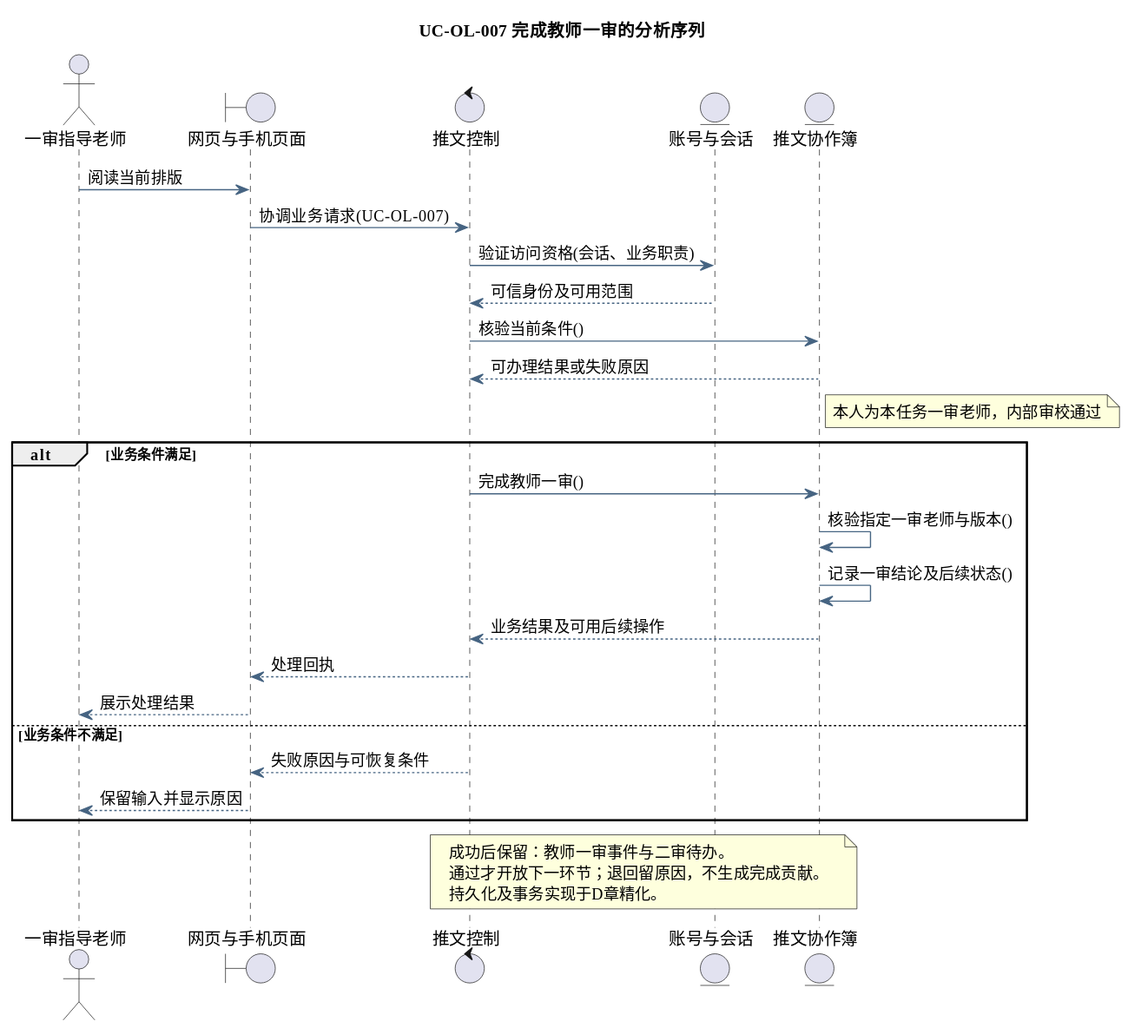
Above: docs/diagrams/analysis/seq-uc-ol-007.svg in tccc1csu/miniprogram-csu (PlantUML), before the change. Its diagram source:
```plantuml
@startuml
skinparam defaultFontName Microsoft YaHei
skinparam shadowing false
skinparam backgroundColor #FFFFFF
skinparam ArrowColor #466482
skinparam classAttributeIconSize 0
hide empty members
title UC-OL-007 完成教师一审的分析序列
actor "一审指导老师" as actor
boundary "网页与手机页面" as page
control "推文控制" as ctl
entity "账号与会话" as identity
entity "推文协作簿" as model
actor -> page : 阅读当前排版
page -> ctl : 协调业务请求(UC-OL-007)
ctl -> identity : 验证访问资格(会话、业务职责)
identity --> ctl : 可信身份及可用范围
ctl -> model : 核验当前条件()
model --> ctl : 可办理结果或失败原因
note right of model
本人为本任务一审老师，内部审校通过
end note
alt 业务条件满足
ctl -> model : 完成教师一审()
model -> model : 核验指定一审老师与版本()
model -> model : 记录一审结论及后续状态()
model --> ctl : 业务结果及可用后续操作
ctl --> page : 处理回执
page --> actor : 展示处理结果
else 业务条件不满足
ctl --> page : 失败原因与可恢复条件
page --> actor : 保留输入并显示原因
end
note over ctl,model
成功后保留：教师一审事件与二审待办。
通过才开放下一环节；退回留原因，不生成完成贡献。
持久化及事务实现于D章精化。
end note
@enduml
```
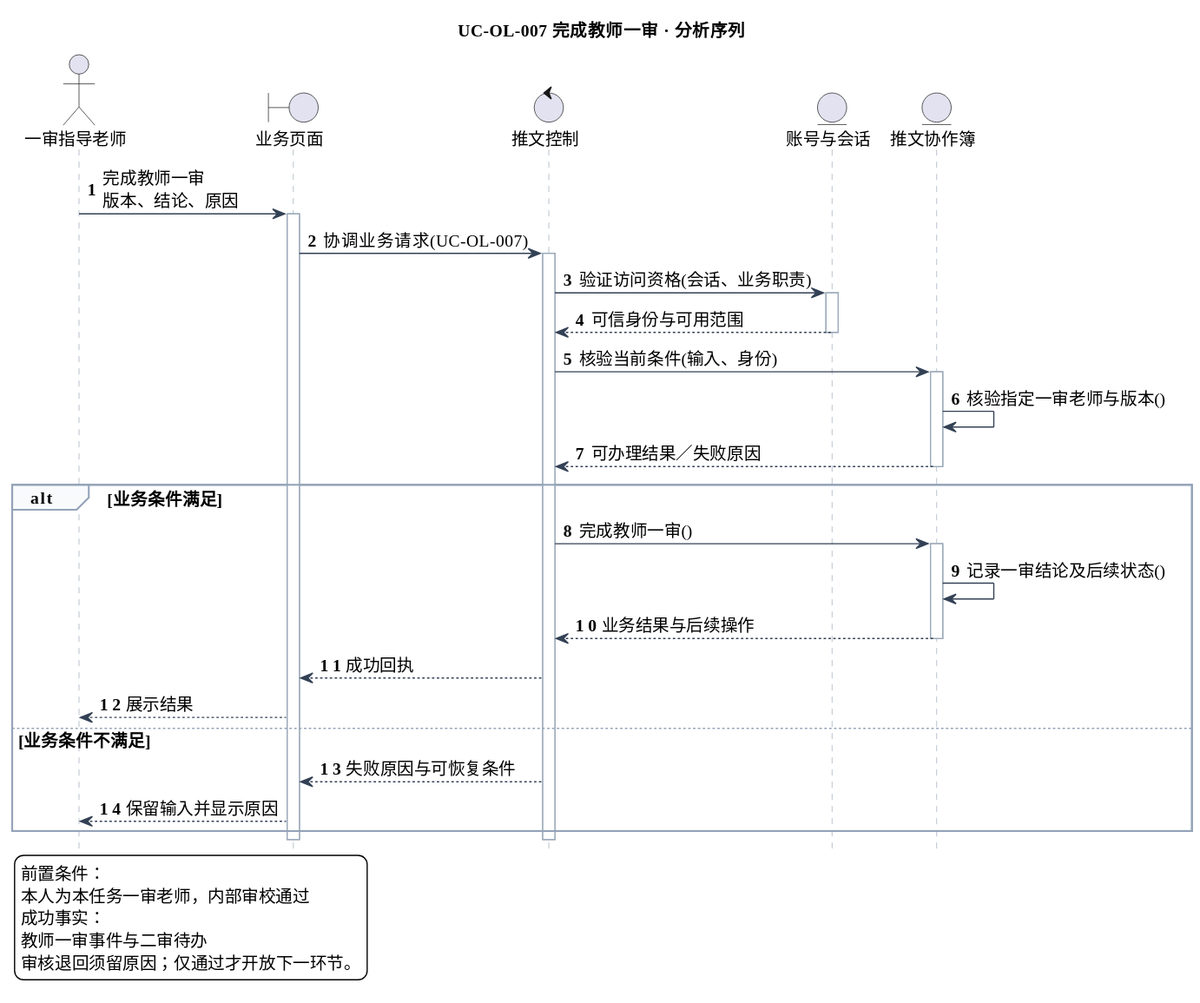
The same diagram one commit later.

Change to the diagram source:
```diff
@@ -5,35 +5,53 @@
 skinparam ArrowColor #466482
 skinparam classAttributeIconSize 0
 hide empty members
-title UC-OL-007 完成教师一审的分析序列
+skinparam defaultFontSize 14
+skinparam sequenceLifeLineBorderColor #9AA8B8
+skinparam sequenceArrowColor #334155
+skinparam sequenceGroupBorderColor #94A3B8
+skinparam sequenceGroupBackgroundColor #F8FAFC
+skinparam sequenceParticipantPadding 18
+skinparam maxMessageSize 240
+hide footbox
+autonumber
+title UC-OL-007 完成教师一审 · 分析序列
 actor "一审指导老师" as actor
-boundary "网页与手机页面" as page
+boundary "业务页面" as page
 control "推文控制" as ctl
 entity "账号与会话" as identity
 entity "推文协作簿" as model
-actor -> page : 阅读当前排版
+actor -> page : 完成教师一审\n版本、结论、原因
+activate page
 page -> ctl : 协调业务请求(UC-OL-007)
+activate ctl
 ctl -> identity : 验证访问资格(会话、业务职责)
-identity --> ctl : 可信身份及可用范围
-ctl -> model : 核验当前条件()
-model --> ctl : 可办理结果或失败原因
-note right of model
-本人为本任务一审老师，内部审校通过
-end note
+activate identity
+identity --> ctl : 可信身份与可用范围
+deactivate identity
+ctl -> model : 核验当前条件(输入、身份)
+activate model
+model -> model : 核验指定一审老师与版本()
+model --> ctl : 可办理结果／失败原因
+deactivate model
 alt 业务条件满足
 ctl -> model : 完成教师一审()
-model -> model : 核验指定一审老师与版本()
+activate model
 model -> model : 记录一审结论及后续状态()
-model --> ctl : 业务结果及可用后续操作
-ctl --> page : 处理回执
-page --> actor : 展示处理结果
+model --> ctl : 业务结果与后续操作
+deactivate model
+ctl --> page : 成功回执
+page --> actor : 展示结果
 else 业务条件不满足
 ctl --> page : 失败原因与可恢复条件
 page --> actor : 保留输入并显示原因
 end
-note over ctl,model
-成功后保留：教师一审事件与二审待办。
-通过才开放下一环节；退回留原因，不生成完成贡献。
-持久化及事务实现于D章精化。
-end note
+deactivate ctl
+deactivate page
+legend bottom left
+前置条件：
+本人为本任务一审老师，内部审校通过
+成功事实：
+教师一审事件与二审待办
+审核退回须留原因；仅通过才开放下一环节。
+endlegend
 @enduml
```
